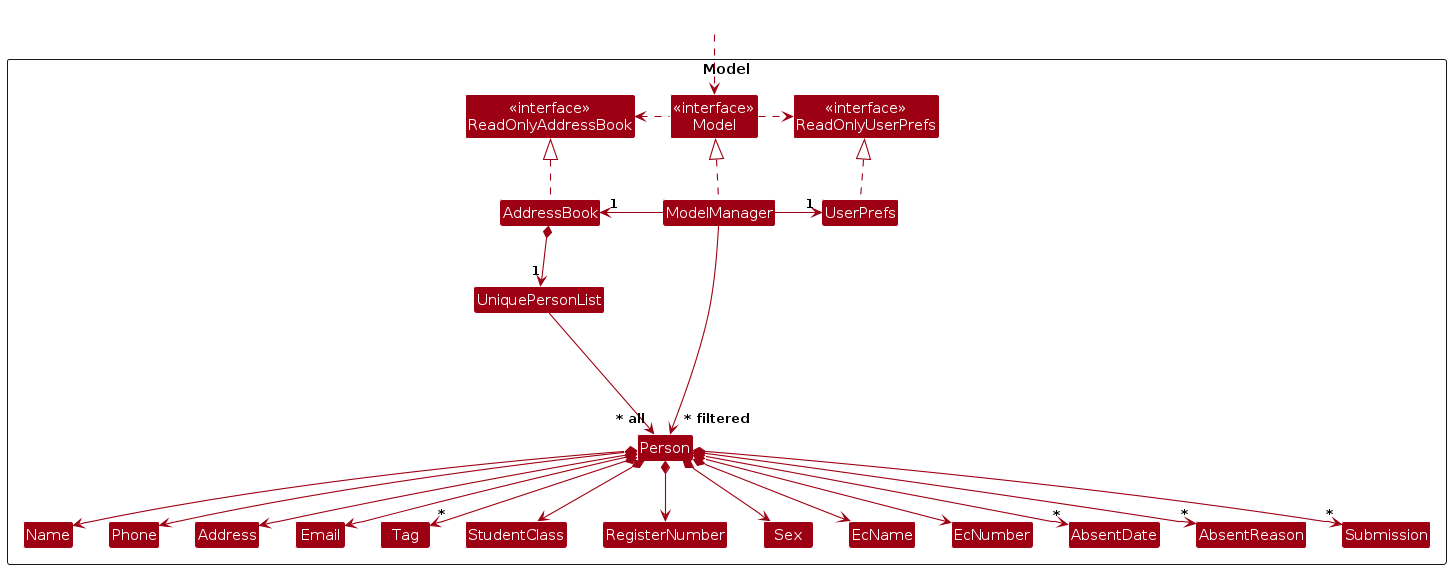
AY2425S1-CS2103-F12-4/tp keeps this PlantUML diagram as diagrams/ModelClassDiagram.png. Above is the earlier version. Its source is kept beside it as diagrams/ModelClassDiagram.puml.
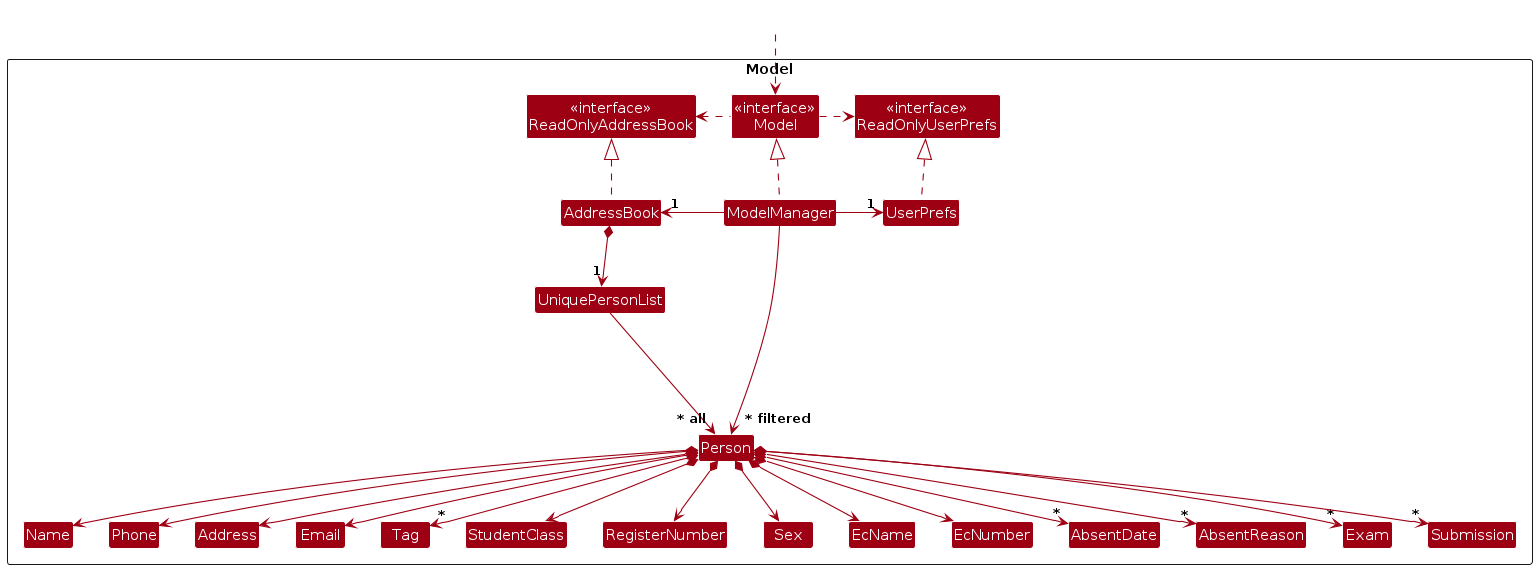
Above is the later version.

Change to the diagram source:
```diff
@@ -26,6 +26,7 @@
 Class EcNumber
 Class AbsentDate
 Class AbsentReason
+Class Exam
 Class Submission
 
 Class I #FFFFFF
@@ -57,6 +58,7 @@
 Person *--> EcNumber
 Person *--> "*" AbsentReason
 Person *--> "*" AbsentDate
+Person *--> "*" Exam
 Person *--> "*" Submission
 
 Person -[hidden]up--> I
```
